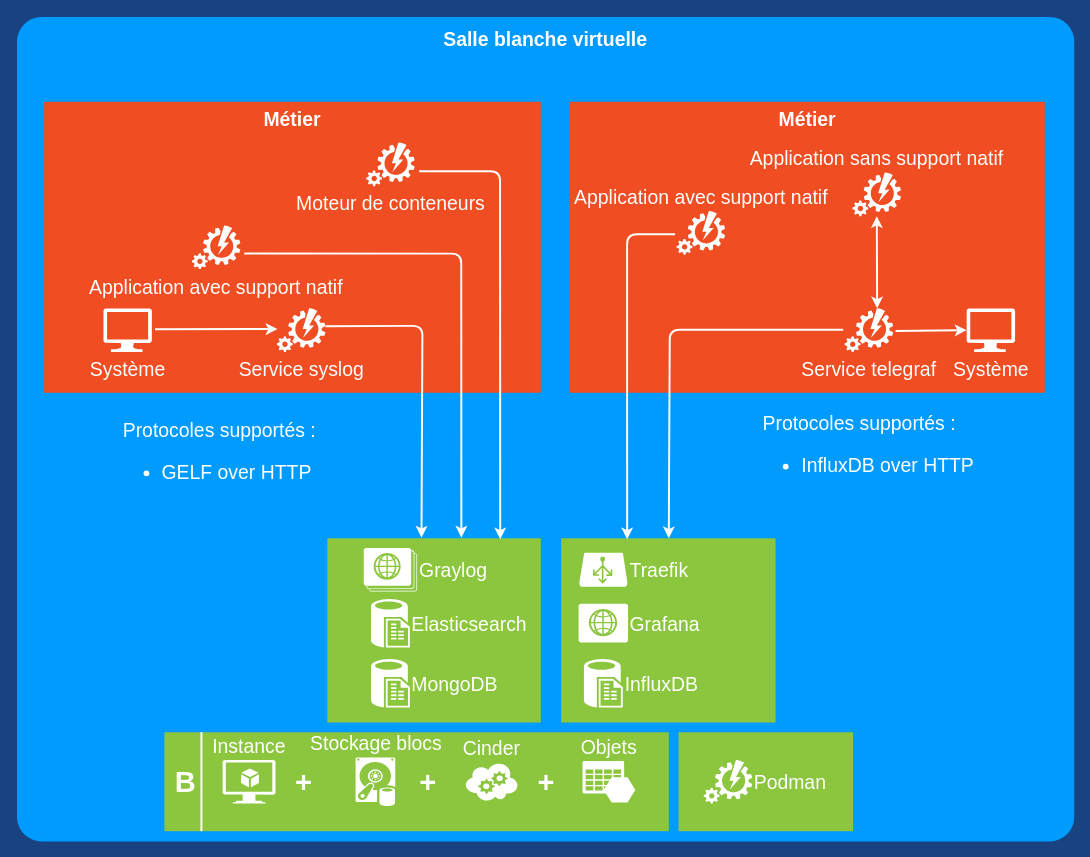
The draw.io diagram page "Remontée des informations" (3 of 3) of docs/diagrammes.drawio in 139bercy/cloud-appliance-observability, before the edit. Source tidied: cells renumbered, new cells numbered last; positions are measured from the earlier drawing's top-left corner, leaving out a move shared by most shapes. Both pictures are drawn from the tidied source at 97%, with x=0, y=0 at pixel (16, 16).
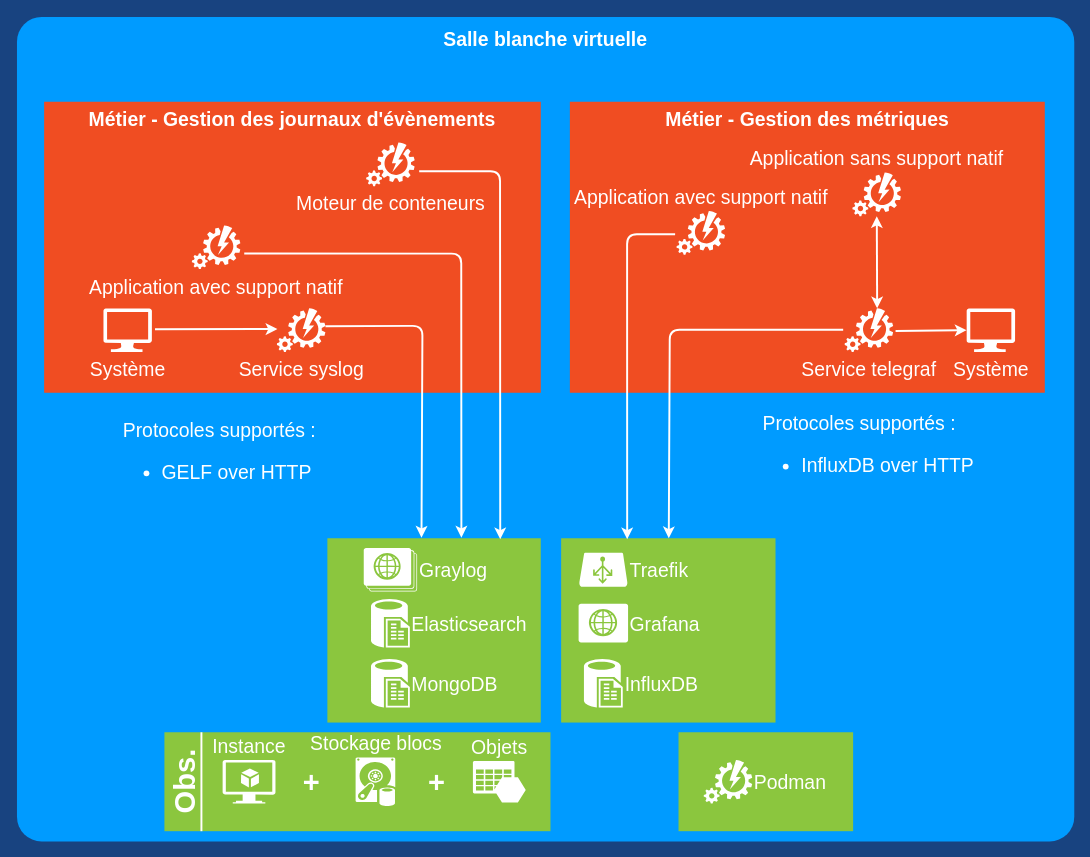
After the change.

Change to the diagram source:
```diff
@@
     <mxCell id="12" style="rounded=0;whiteSpace=wrap;html=1;shadow=0;strokeWidth=2;fillColor=#8BC63E;fontSize=12;fontColor=#FFFFFF;align=center;strokeColor=none;arcSize=3;verticalAlign=top;" parent="1" vertex="1">
-      <mxGeometry x="152" y="737.4" width="520" height="102" as="geometry" />
+      <mxGeometry x="152" y="737.4" width="398" height="102" as="geometry" />
     </mxCell>
-    <mxCell id="13" value="B" style="text;html=1;strokeColor=none;fillColor=none;align=center;verticalAlign=middle;whiteSpace=wrap;rounded=1;shadow=0;fontSize=30;fontColor=#FFFFFF;fontStyle=1;" parent="1" vertex="1">
+    <mxCell id="13" value="Obs." style="text;html=1;strokeColor=none;fillColor=none;align=center;verticalAlign=middle;whiteSpace=wrap;rounded=1;shadow=0;fontSize=30;fontColor=#FFFFFF;fontStyle=1;rotation=270;" parent="1" vertex="1">
       <mxGeometry x="152" y="770.9" width="43.6" height="35" as="geometry" />
     </mxCell>
@@
     <mxCell id="16" value="+" style="text;html=1;strokeColor=none;fillColor=none;align=center;verticalAlign=middle;whiteSpace=wrap;rounded=1;shadow=0;fontSize=30;fontColor=#FFFFFF;fontStyle=1;" parent="1" vertex="1">
-      <mxGeometry x="274.2" y="770.9" width="43.6" height="35" as="geometry" />
+      <mxGeometry x="282.2" y="770.9" width="43.6" height="35" as="geometry" />
     </mxCell>
-    <mxCell id="17" value="+" style="text;html=1;strokeColor=none;fillColor=none;align=center;verticalAlign=middle;whiteSpace=wrap;rounded=1;shadow=0;fontSize=30;fontColor=#FFFFFF;fontStyle=1;" parent="1" vertex="1">
-      <mxGeometry x="402" y="770.9" width="43.6" height="35" as="geometry" />
-    </mxCell>
     <mxCell id="18" value="Objets&lt;br style=&quot;font-size: 20px;&quot;&gt;" style="shadow=0;html=1;strokeColor=none;labelPosition=center;verticalLabelPosition=top;verticalAlign=bottom;shape=mxgraph.mscae.cloud.azure_storage;fillColor=#FFFFFF;rounded=0;fontSize=20;fontColor=#FFFFFF;align=center;" parent="1" vertex="1">
-      <mxGeometry x="583" y="766.9" width="54.5" height="43" as="geometry" />
+      <mxGeometry x="470" y="766.9" width="54.5" height="43" as="geometry" />
     </mxCell>
-    <mxCell id="19" value="Cinder" style="verticalLabelPosition=top;html=1;verticalAlign=bottom;strokeColor=none;fillColor=#ffffff;shape=mxgraph.azure.cloud_service;fontSize=20;fontColor=#FFFFFF;horizontal=1;labelPosition=center;align=center;" parent="1" vertex="1">
-      <mxGeometry x="462" y="768.4" width="54.5" height="40" as="geometry" />
-    </mxCell>
@@
     <mxCell id="21" value="+" style="text;html=1;strokeColor=none;fillColor=none;align=center;verticalAlign=middle;whiteSpace=wrap;rounded=1;shadow=0;fontSize=30;fontColor=#FFFFFF;fontStyle=1;" parent="1" vertex="1">
-      <mxGeometry x="520.9" y="770.9" width="50.1" height="35" as="geometry" />
+      <mxGeometry x="407.9" y="770.9" width="50.1" height="35" as="geometry" />
     </mxCell>
@@
-    <mxCell id="23" value="Métier" style="rounded=0;whiteSpace=wrap;html=1;shadow=0;strokeWidth=2;fillColor=#F04D22;fontSize=20;fontColor=#FFFFFF;align=center;strokeColor=none;arcSize=3;verticalAlign=top;fontStyle=1;" parent="1" vertex="1">
+    <mxCell id="23" value="Métier - Gestion des journaux d'évènements" style="rounded=0;whiteSpace=wrap;html=1;shadow=0;strokeWidth=2;fillColor=#F04D22;fontSize=20;fontColor=#FFFFFF;align=center;strokeColor=none;arcSize=3;verticalAlign=top;fontStyle=1;" parent="1" vertex="1">
       <mxGeometry x="28" y="87.4" width="512" height="300" as="geometry" />
     </mxCell>
@@
-    <mxCell id="30" value="Métier" style="rounded=0;whiteSpace=wrap;html=1;shadow=0;strokeWidth=2;fillColor=#F04D22;fontSize=20;fontColor=#FFFFFF;align=center;strokeColor=none;arcSize=3;verticalAlign=top;fontStyle=1;" parent="1" vertex="1">
+    <mxCell id="30" value="Métier - Gestion des métriques" style="rounded=0;whiteSpace=wrap;html=1;shadow=0;strokeWidth=2;fillColor=#F04D22;fontSize=20;fontColor=#FFFFFF;align=center;strokeColor=none;arcSize=3;verticalAlign=top;fontStyle=1;" parent="1" vertex="1">
       <mxGeometry x="570" y="87.4" width="489.6" height="300" as="geometry" />
     </mxCell>
```
